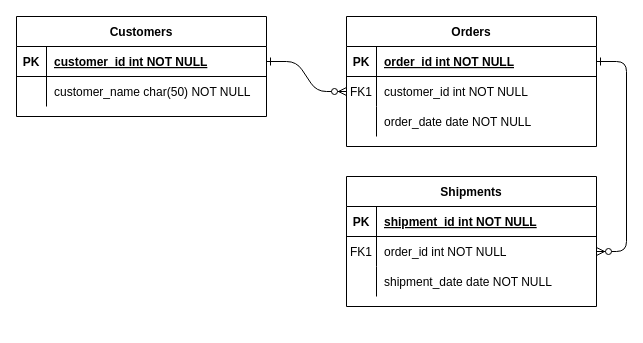
The draw.io diagram js_and_rails_begineer.drawio in shimada-ryuga-56a/js_and_rails_begineer, before the edit. Source tidied: cells renumbered, new cells numbered last; positions are measured from the earlier drawing's top-left corner, leaving out a move shared by most shapes. Both pictures are drawn from the tidied source at 100%, with x=0, y=0 at pixel (16, 16).
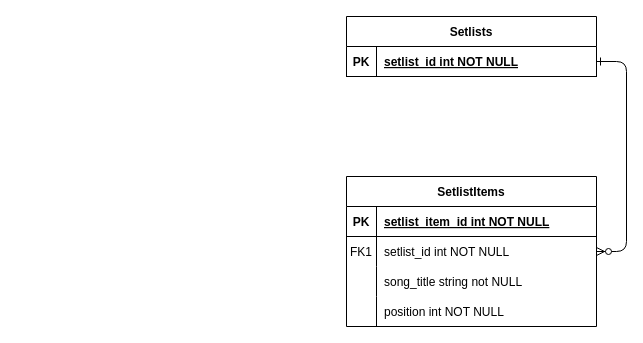
Above is the later version.

The change refers to these unchanged cells:
```xml
<mxCell id="5" style="shape=partialRectangle;fillColor=none;points=[[0,0.5],[1,0.5]];portConstraint=eastwest;top=0;left=0;right=0;bottom=1;" parent="4" vertex="1">
  <mxGeometry y="30" width="250" height="30" as="geometry" />
</mxCell>
<mxCell id="15" style="shape=partialRectangle;fillColor=none;top=0;left=0;right=0;bottom=1;" parent="14" vertex="1">
  <mxGeometry y="30" width="250" height="30" as="geometry" />
</mxCell>
<mxCell id="18" style="shape=partialRectangle;fillColor=none;points=[[0,0.5],[1,0.5]];portConstraint=eastwest;top=0;left=0;right=0;bottom=0;" parent="14" vertex="1">
  <mxGeometry y="60" width="250" height="30" as="geometry" />
</mxCell>
<mxCell id="21" style="shape=partialRectangle;fillColor=none;top=0;left=0;right=0;bottom=0;" parent="14" vertex="1">
  <mxGeometry y="90" width="250" height="30" as="geometry" />
</mxCell>
```

The edit, as a diff of the source:
```diff
@@
-    <mxCell id="2" style="edgeStyle=entityRelationEdgeStyle;endArrow=ERzeroToMany;startArrow=ERone;endFill=1;startFill=0;" parent="1" edge="1" source="25" target="8">
-      <mxGeometry relative="1" as="geometry" />
-    </mxCell>
@@
-    <mxCell id="4" value="Orders" style="shape=table;startSize=30;childLayout=tableLayout;rowLines=0;fontStyle=1;align=center;" parent="1" vertex="1">
-      <mxGeometry x="330" width="250" height="130" as="geometry" />
+    <mxCell id="4" value="Setlists" style="shape=table;startSize=30;childLayout=tableLayout;rowLines=0;fontStyle=1;align=center;" parent="1" vertex="1">
+      <mxGeometry x="330" width="250" height="60" as="geometry" />
     </mxCell>
@@
-    <mxCell id="7" value="order_id int NOT NULL " style="shape=partialRectangle;overflow=hidden;fillColor=none;top=0;left=0;bottom=0;right=0;align=left;spacingLeft=6;fontStyle=5;" parent="5" vertex="1">
+    <mxCell id="7" value="setlist_id int NOT NULL " style="shape=partialRectangle;overflow=hidden;fillColor=none;top=0;left=0;bottom=0;right=0;align=left;spacingLeft=6;fontStyle=5;" parent="5" vertex="1">
       <mxGeometry x="30" width="220" height="30" as="geometry" />
     </mxCell>
-    <mxCell id="8" style="shape=partialRectangle;fillColor=none;points=[[0,0.5],[1,0.5]];portConstraint=eastwest;top=0;left=0;right=0;bottom=0;" parent="4" vertex="1">
-      <mxGeometry y="60" width="250" height="30" as="geometry" />
-    </mxCell>
-    <mxCell id="9" value="FK1" style="shape=partialRectangle;overflow=hidden;fillColor=none;top=0;left=0;bottom=0;right=0;" parent="8" vertex="1">
-      <mxGeometry width="30" height="30" as="geometry" />
-    </mxCell>
-    <mxCell id="10" value="customer_id int NOT NULL" style="shape=partialRectangle;overflow=hidden;fillColor=none;top=0;left=0;bottom=0;right=0;align=left;spacingLeft=6;" parent="8" vertex="1">
-      <mxGeometry x="30" width="220" height="30" as="geometry" />
-    </mxCell>
-    <mxCell id="11" style="shape=partialRectangle;fillColor=none;top=0;left=0;right=0;bottom=0;" parent="4" vertex="1">
-      <mxGeometry y="90" width="250" height="30" as="geometry" />
-    </mxCell>
-    <mxCell id="12" style="shape=partialRectangle;overflow=hidden;fillColor=none;top=0;left=0;bottom=0;right=0;" parent="11" vertex="1">
-      <mxGeometry width="30" height="30" as="geometry" />
-    </mxCell>
-    <mxCell id="13" value="order_date date NOT NULL" style="shape=partialRectangle;overflow=hidden;fillColor=none;top=0;left=0;bottom=0;right=0;align=left;spacingLeft=6;" parent="11" vertex="1">
-      <mxGeometry x="30" width="220" height="30" as="geometry" />
-    </mxCell>
-    <mxCell id="14" value="Shipments" style="shape=table;startSize=30;childLayout=tableLayout;rowLines=0;fontStyle=1;align=center;" parent="1" vertex="1">
-      <mxGeometry x="330" y="160" width="250" height="130" as="geometry" />
+    <mxCell id="14" value="SetlistItems" style="shape=table;startSize=30;childLayout=tableLayout;rowLines=0;fontStyle=1;align=center;" parent="1" vertex="1">
+      <mxGeometry x="330" y="160" width="250" height="150" as="geometry" />
     </mxCell>
@@
-    <mxCell id="17" value="shipment_id int NOT NULL " style="shape=partialRectangle;overflow=hidden;fillColor=none;top=0;left=0;bottom=0;right=0;align=left;spacingLeft=6;fontStyle=5;" parent="15" vertex="1">
+    <mxCell id="17" value="setlist_item_id int NOT NULL " style="shape=partialRectangle;overflow=hidden;fillColor=none;top=0;left=0;bottom=0;right=0;align=left;spacingLeft=6;fontStyle=5;" parent="15" vertex="1">
       <mxGeometry x="30" width="220" height="30" as="geometry" />
     </mxCell>
@@
-    <mxCell id="20" value="order_id int NOT NULL" style="shape=partialRectangle;overflow=hidden;fillColor=none;top=0;left=0;bottom=0;right=0;align=left;spacingLeft=6;" parent="18" vertex="1">
+    <mxCell id="20" value="setlist_id int NOT NULL" style="shape=partialRectangle;overflow=hidden;fillColor=none;top=0;left=0;bottom=0;right=0;align=left;spacingLeft=6;" parent="18" vertex="1">
       <mxGeometry x="30" width="220" height="30" as="geometry" />
     </mxCell>
@@
-    <mxCell id="23" value="shipment_date date NOT NULL" style="shape=partialRectangle;overflow=hidden;fillColor=none;top=0;left=0;bottom=0;right=0;align=left;spacingLeft=6;" parent="21" vertex="1">
+    <mxCell id="23" value="song_title string not NULL" style="shape=partialRectangle;overflow=hidden;fillColor=none;top=0;left=0;bottom=0;right=0;align=left;spacingLeft=6;" parent="21" vertex="1">
       <mxGeometry x="30" width="220" height="30" as="geometry" />
     </mxCell>
-    <mxCell id="24" value="Customers" style="shape=table;startSize=30;childLayout=tableLayout;rowLines=0;fontStyle=1;align=center;" parent="1" vertex="1">
-      <mxGeometry width="250" height="100" as="geometry" />
-    </mxCell>
-    <mxCell id="25" style="shape=partialRectangle;fillColor=none;points=[[0,0.5],[1,0.5]];portConstraint=eastwest;top=0;left=0;right=0;bottom=1;" parent="24" vertex="1">
-      <mxGeometry y="30" width="250" height="30" as="geometry" />
-    </mxCell>
-    <mxCell id="26" value="PK" style="shape=partialRectangle;overflow=hidden;fillColor=none;top=0;left=0;bottom=0;right=0;fontStyle=1;" parent="25" vertex="1">
-      <mxGeometry width="30" height="30" as="geometry" />
-    </mxCell>
-    <mxCell id="27" value="customer_id int NOT NULL " style="shape=partialRectangle;overflow=hidden;fillColor=none;top=0;left=0;bottom=0;right=0;align=left;spacingLeft=6;fontStyle=5;" parent="25" vertex="1">
-      <mxGeometry x="30" width="220" height="30" as="geometry" />
-    </mxCell>
-    <mxCell id="28" style="shape=partialRectangle;fillColor=none;top=0;left=0;right=0;bottom=0;" parent="24" vertex="1">
-      <mxGeometry y="60" width="250" height="30" as="geometry" />
-    </mxCell>
-    <mxCell id="29" style="shape=partialRectangle;overflow=hidden;fillColor=none;top=0;left=0;bottom=0;right=0;" parent="28" vertex="1">
-      <mxGeometry width="30" height="30" as="geometry" />
-    </mxCell>
-    <mxCell id="30" value="customer_name char(50) NOT NULL" style="shape=partialRectangle;overflow=hidden;fillColor=none;top=0;left=0;bottom=0;right=0;align=left;spacingLeft=6;" parent="28" vertex="1">
-      <mxGeometry x="30" width="220" height="30" as="geometry" />
-    </mxCell>
+    <mxCell id="31" style="shape=partialRectangle;fillColor=none;top=0;left=0;right=0;bottom=0;" parent="14" vertex="1">
+      <mxGeometry y="120" width="250" height="30" as="geometry" />
+    </mxCell>
+    <mxCell id="32" style="shape=partialRectangle;overflow=hidden;fillColor=none;top=0;left=0;bottom=0;right=0;" parent="31" vertex="1">
+      <mxGeometry width="30" height="30" as="geometry" />
+    </mxCell>
+    <mxCell id="33" value="position int NOT NULL" style="shape=partialRectangle;overflow=hidden;fillColor=none;top=0;left=0;bottom=0;right=0;align=left;spacingLeft=6;" parent="31" vertex="1">
+      <mxGeometry x="30" width="220" height="30" as="geometry" />
+    </mxCell>
```
